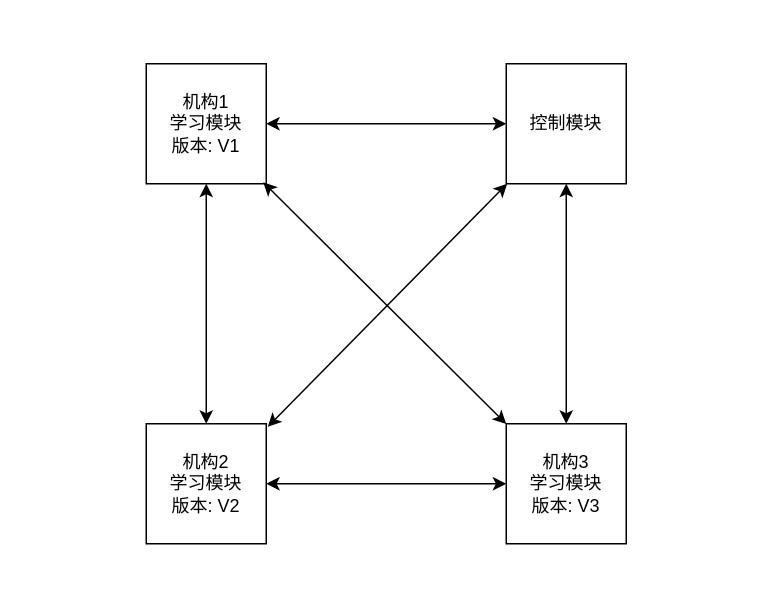
Above: page "第 5 页" (5 of 5) of 分享.drawio in chlq1128/Mycode (draw.io), before the change. Source tidied: cells renumbered, new cells numbered last; positions are measured from the earlier drawing's top-left corner, leaving out a move shared by most shapes. Both pictures are drawn from the tidied source at 150%, with x=0, y=0 at pixel (146, 63).
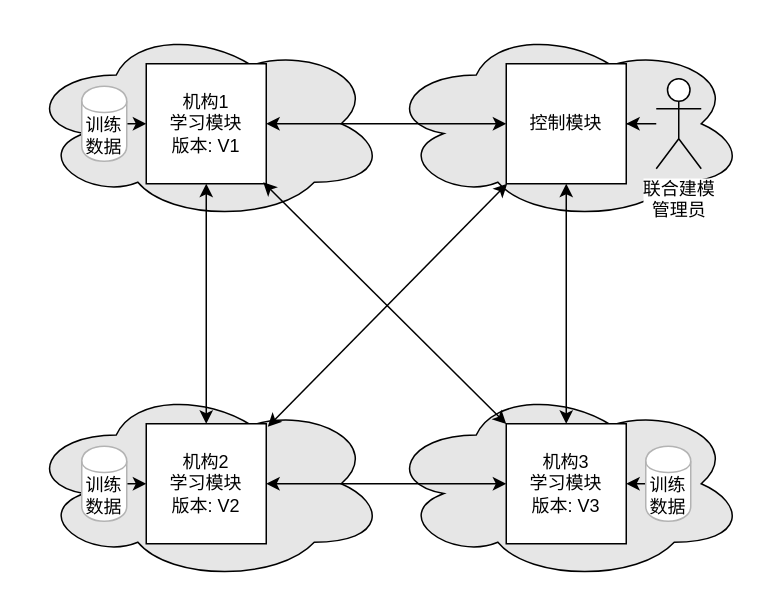
The same page after the edit.

The change refers to these unchanged cells:
```xml
<mxCell id="2" value="机构1&lt;br&gt;学习模块&lt;br&gt;版本: V1" style="whiteSpace=wrap;html=1;" parent="1" vertex="1">
  <mxGeometry width="80" height="80" as="geometry" />
</mxCell>
<mxCell id="3" value="机构3&lt;br&gt;学习模块&lt;br&gt;版本: V3" style="whiteSpace=wrap;html=1;" parent="1" vertex="1">
  <mxGeometry x="240" y="240" width="80" height="80" as="geometry" />
</mxCell>
<mxCell id="4" value="机构2&lt;br&gt;学习模块&lt;br&gt;版本: V2" style="whiteSpace=wrap;html=1;" parent="1" vertex="1">
  <mxGeometry y="240" width="80" height="80" as="geometry" />
</mxCell>
<mxCell id="5" value="控制模块" style="whiteSpace=wrap;html=1;" parent="1" vertex="1">
  <mxGeometry x="240" width="80" height="80" as="geometry" />
</mxCell>
```

Diff of the diagram source:
```diff
@@
+    <mxCell id="12" style="ellipse;shape=cloud;whiteSpace=wrap;html=1;fillColor=#E6E6E6;" parent="1" vertex="1">
+      <mxGeometry x="160" y="-25" width="240" height="130" as="geometry" />
+    </mxCell>
+    <mxCell id="13" style="ellipse;shape=cloud;whiteSpace=wrap;html=1;fillColor=#E6E6E6;" parent="1" vertex="1">
+      <mxGeometry x="-80" y="-25" width="240" height="130" as="geometry" />
+    </mxCell>
+    <mxCell id="14" style="ellipse;shape=cloud;whiteSpace=wrap;html=1;fillColor=#E6E6E6;" parent="1" vertex="1">
+      <mxGeometry x="-80" y="215" width="240" height="130" as="geometry" />
+    </mxCell>
+    <mxCell id="15" style="ellipse;shape=cloud;whiteSpace=wrap;html=1;fillColor=#E6E6E6;" parent="1" vertex="1">
+      <mxGeometry x="160" y="215" width="240" height="130" as="geometry" />
+    </mxCell>
@@
+    <mxCell id="16" style="edgeStyle=orthogonalEdgeStyle;rounded=0;jettySize=auto;html=1;" parent="1" edge="1" source="17" target="5">
+      <mxGeometry relative="1" as="geometry" />
+    </mxCell>
+    <mxCell id="17" value="联合建模&lt;br&gt;管理员" style="shape=umlActor;verticalLabelPosition=bottom;labelBackgroundColor=#ffffff;verticalAlign=top;html=1;outlineConnect=0;" parent="1" vertex="1">
+      <mxGeometry x="340" y="10" width="30" height="60" as="geometry" />
+    </mxCell>
+    <mxCell id="18" style="edgeStyle=orthogonalEdgeStyle;rounded=0;jettySize=auto;html=1;exitX=1;exitY=0.5;exitDx=0;exitDy=0;entryX=0;entryY=0.5;entryDx=0;entryDy=0;" parent="1" edge="1" source="19" target="2">
+      <mxGeometry relative="1" as="geometry" />
+    </mxCell>
+    <mxCell id="19" value="训练数据" style="shape=cylinder;whiteSpace=wrap;html=1;boundedLbl=1;backgroundOutline=1;strokeColor=#B3B3B3;fillColor=#FFFFFF;" parent="1" vertex="1">
+      <mxGeometry x="-43" y="15" width="30" height="50" as="geometry" />
+    </mxCell>
+    <mxCell id="20" style="edgeStyle=orthogonalEdgeStyle;rounded=0;jettySize=auto;html=1;exitX=1;exitY=0.5;exitDx=0;exitDy=0;entryX=0;entryY=0.5;entryDx=0;entryDy=0;" parent="1" edge="1" source="21" target="4">
+      <mxGeometry relative="1" as="geometry" />
+    </mxCell>
+    <mxCell id="21" value="训练数据" style="shape=cylinder;whiteSpace=wrap;html=1;boundedLbl=1;backgroundOutline=1;strokeColor=#B3B3B3;fillColor=#FFFFFF;" parent="1" vertex="1">
+      <mxGeometry x="-43" y="255" width="30" height="50" as="geometry" />
+    </mxCell>
+    <mxCell id="22" style="edgeStyle=orthogonalEdgeStyle;rounded=0;jettySize=auto;html=1;exitX=0;exitY=0.5;exitDx=0;exitDy=0;entryX=1;entryY=0.5;entryDx=0;entryDy=0;" parent="1" edge="1" source="23" target="3">
+      <mxGeometry relative="1" as="geometry" />
+    </mxCell>
+    <mxCell id="23" value="训练数据" style="shape=cylinder;whiteSpace=wrap;html=1;boundedLbl=1;backgroundOutline=1;strokeColor=#B3B3B3;fillColor=#FFFFFF;" parent="1" vertex="1">
+      <mxGeometry x="333" y="255" width="30" height="50" as="geometry" />
+    </mxCell>
```
